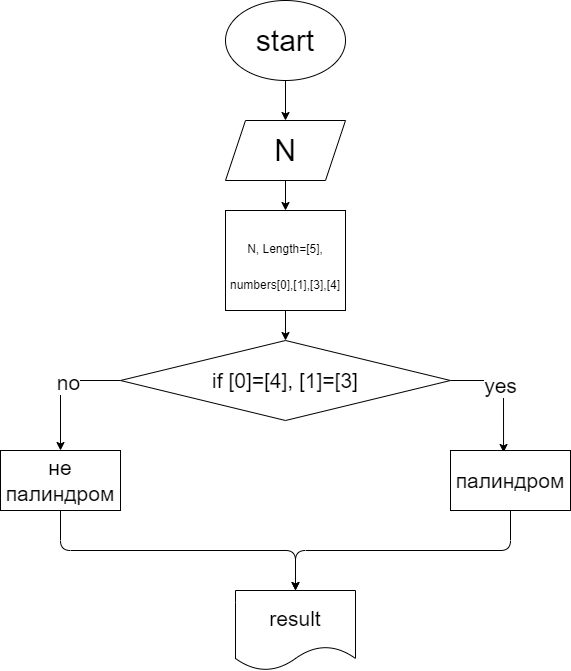
Earlier version of the draw.io export Seminar/Seminar003/Ex001/diagram.drawio.png (irenemir2022/super-guide). Source tidied: cells renumbered, new cells last; positions are measured from the earlier drawing's top-left corner, leaving out a move shared by most shapes. Its diagram source:
```xml
<mxGraphModel>
  <root>
    <mxCell id="0" />
    <mxCell id="1" parent="0" />
    <mxCell id="2" style="edgeStyle=none;html=1;fontSize=30;" parent="1" edge="1" source="3" target="5">
      <mxGeometry relative="1" as="geometry" />
    </mxCell>
    <mxCell id="3" value="&lt;font style=&quot;font-size: 30px;&quot;&gt;start&lt;/font&gt;" style="ellipse;whiteSpace=wrap;html=1;" parent="1" vertex="1">
      <mxGeometry x="225" width="120" height="80" as="geometry" />
    </mxCell>
    <mxCell id="4" style="edgeStyle=none;html=1;fontSize=30;" parent="1" edge="1" source="5" target="7">
      <mxGeometry relative="1" as="geometry" />
    </mxCell>
    <mxCell id="5" value="N" style="shape=parallelogram;perimeter=parallelogramPerimeter;whiteSpace=wrap;html=1;fixedSize=1;fontSize=30;" parent="1" vertex="1">
      <mxGeometry x="225" y="120" width="120" height="60" as="geometry" />
    </mxCell>
    <mxCell id="6" style="edgeStyle=none;html=1;fontSize=21;" parent="1" edge="1" source="7" target="12">
      <mxGeometry relative="1" as="geometry" />
    </mxCell>
    <mxCell id="7" value="&lt;font style=&quot;font-size: 12px;&quot;&gt;N, Length=[5],&lt;br&gt;numbers[0],[1],[3],[4]&lt;br&gt;&lt;/font&gt;" style="rounded=0;whiteSpace=wrap;html=1;fontSize=30;" parent="1" vertex="1">
      <mxGeometry x="225" y="210" width="120" height="100" as="geometry" />
    </mxCell>
    <mxCell id="8" style="edgeStyle=orthogonalEdgeStyle;html=1;entryX=0.5;entryY=0;entryDx=0;entryDy=0;fontSize=21;" parent="1" edge="1" source="12" target="16">
      <mxGeometry relative="1" as="geometry">
        <Array as="points">
          <mxPoint x="60" y="380" />
        </Array>
      </mxGeometry>
    </mxCell>
    <mxCell id="9" value="no" style="edgeLabel;html=1;align=center;verticalAlign=middle;fontSize=21;" parent="8" vertex="1">
      <mxGeometry x="-0.18" y="1" relative="1" as="geometry" />
    </mxCell>
    <mxCell id="10" style="edgeStyle=orthogonalEdgeStyle;html=1;entryX=0.442;entryY=0.033;entryDx=0;entryDy=0;entryPerimeter=0;fontSize=21;" parent="1" edge="1" source="12" target="14">
      <mxGeometry relative="1" as="geometry">
        <Array as="points">
          <mxPoint x="503" y="380" />
        </Array>
      </mxGeometry>
    </mxCell>
    <mxCell id="11" value="yes" style="edgeLabel;html=1;align=center;verticalAlign=middle;fontSize=21;" parent="10" vertex="1">
      <mxGeometry x="-0.22" y="-4" relative="1" as="geometry" />
    </mxCell>
    <mxCell id="12" value="&lt;font style=&quot;font-size: 21px;&quot;&gt;if [0]=[4], [1]=[3]&lt;/font&gt;" style="rhombus;whiteSpace=wrap;html=1;fontSize=12;" parent="1" vertex="1">
      <mxGeometry x="120" y="340" width="330" height="80" as="geometry" />
    </mxCell>
    <mxCell id="13" style="edgeStyle=orthogonalEdgeStyle;html=1;entryX=0.5;entryY=0;entryDx=0;entryDy=0;fontSize=21;" parent="1" edge="1" source="14" target="17">
      <mxGeometry relative="1" as="geometry">
        <Array as="points">
          <mxPoint x="510" y="550" />
          <mxPoint x="295" y="550" />
        </Array>
      </mxGeometry>
    </mxCell>
    <mxCell id="14" value="палиндром" style="rounded=0;whiteSpace=wrap;html=1;fontSize=21;" parent="1" vertex="1">
      <mxGeometry x="450" y="450" width="120" height="60" as="geometry" />
    </mxCell>
    <mxCell id="15" style="edgeStyle=orthogonalEdgeStyle;html=1;fontSize=21;" parent="1" edge="1" source="16" target="17">
      <mxGeometry relative="1" as="geometry">
        <Array as="points">
          <mxPoint x="60" y="550" />
          <mxPoint x="295" y="550" />
        </Array>
      </mxGeometry>
    </mxCell>
    <mxCell id="16" value="не палиндром" style="rounded=0;whiteSpace=wrap;html=1;fontSize=21;" parent="1" vertex="1">
      <mxGeometry y="450" width="120" height="60" as="geometry" />
    </mxCell>
    <mxCell id="17" value="result" style="shape=document;whiteSpace=wrap;html=1;boundedLbl=1;fontSize=21;" parent="1" vertex="1">
      <mxGeometry x="235" y="590" width="120" height="80" as="geometry" />
    </mxCell>
  </root>
</mxGraphModel>
```
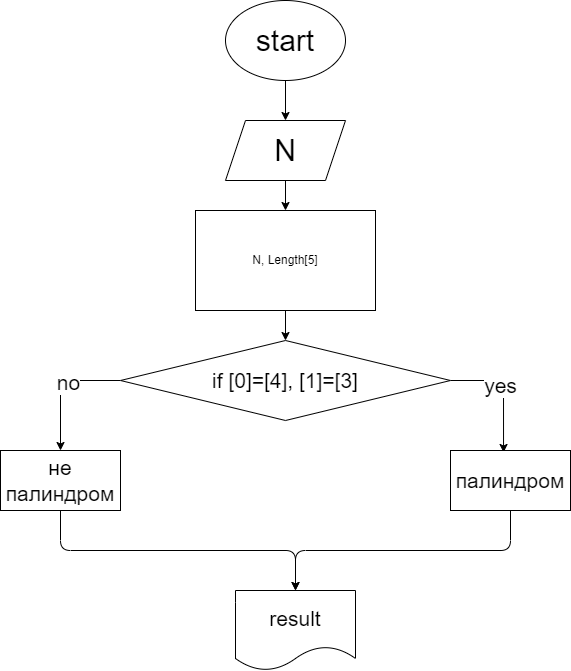
Later version of the same file.

Commit message:
несколько изменила диаграмму

What changed in the source:
```diff
@@ -8,18 +8,19 @@
     <mxCell id="3" value="&lt;font style=&quot;font-size: 30px;&quot;&gt;start&lt;/font&gt;" style="ellipse;whiteSpace=wrap;html=1;" parent="1" vertex="1">
       <mxGeometry x="225" width="120" height="80" as="geometry" />
     </mxCell>
-    <mxCell id="4" style="edgeStyle=none;html=1;fontSize=30;" parent="1" edge="1" source="5" target="7">
-      <mxGeometry relative="1" as="geometry" />
+    <mxCell id="4" style="edgeStyle=none;html=1;fontSize=30;" parent="1" edge="1" source="5">
+      <mxGeometry relative="1" as="geometry">
+        <mxPoint x="285" y="210" as="targetPoint" />
+      </mxGeometry>
     </mxCell>
     <mxCell id="5" value="N" style="shape=parallelogram;perimeter=parallelogramPerimeter;whiteSpace=wrap;html=1;fixedSize=1;fontSize=30;" parent="1" vertex="1">
       <mxGeometry x="225" y="120" width="120" height="60" as="geometry" />
     </mxCell>
-    <mxCell id="6" style="edgeStyle=none;html=1;fontSize=21;" parent="1" edge="1" source="7" target="12">
-      <mxGeometry relative="1" as="geometry" />
+    <mxCell id="6" style="edgeStyle=none;html=1;fontSize=21;" parent="1" edge="1" target="12">
+      <mxGeometry relative="1" as="geometry">
+        <mxPoint x="285" y="310" as="sourcePoint" />
+      </mxGeometry>
     </mxCell>
-    <mxCell id="7" value="&lt;font style=&quot;font-size: 12px;&quot;&gt;N, Length=[5],&lt;br&gt;numbers[0],[1],[3],[4]&lt;br&gt;&lt;/font&gt;" style="rounded=0;whiteSpace=wrap;html=1;fontSize=30;" parent="1" vertex="1">
-      <mxGeometry x="225" y="210" width="120" height="100" as="geometry" />
-    </mxCell>
     <mxCell id="8" style="edgeStyle=orthogonalEdgeStyle;html=1;entryX=0.5;entryY=0;entryDx=0;entryDy=0;fontSize=21;" parent="1" edge="1" source="12" target="16">
       <mxGeometry relative="1" as="geometry">
         <Array as="points">
@@ -68,5 +69,8 @@
     <mxCell id="17" value="result" style="shape=document;whiteSpace=wrap;html=1;boundedLbl=1;fontSize=21;" parent="1" vertex="1">
       <mxGeometry x="235" y="590" width="120" height="80" as="geometry" />
     </mxCell>
+    <mxCell id="18" value="N, Length[5]" style="rounded=0;whiteSpace=wrap;html=1;" parent="1" vertex="1">
+      <mxGeometry x="195" y="210" width="180" height="100" as="geometry" />
+    </mxCell>
   </root>
 </mxGraphModel>
```
